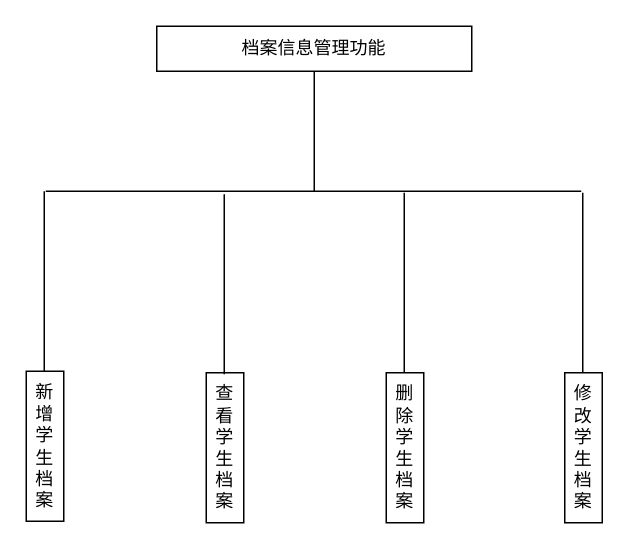
Earlier version of the draw.io diagram 档案信息管理功能.drawio (creazy412/none). Source tidied: cells renumbered, new cells numbered last; positions are measured from the earlier drawing's top-left corner, leaving out a move shared by most shapes. Both pictures are drawn from the tidied source at 150%, with x=0, y=0 at pixel (26, 26).
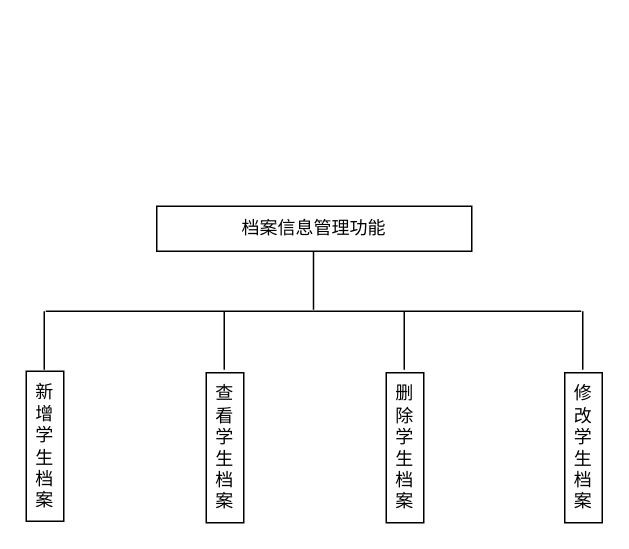
The same diagram, later.

Commit message:
更新档案信息管理功能.drawio

What changed in the source:
```diff
@@
 <mxGraphModel>
   <root>
     <mxCell id="0" />
     <mxCell id="1" parent="0" />
     <mxCell id="2" value="&lt;font face=&quot;宋体&quot;&gt;档案信息管理功能&lt;/font&gt;" style="rounded=0;whiteSpace=wrap;html=1;" parent="1" vertex="1">
-      <mxGeometry x="87" width="210" height="30" as="geometry" />
+      <mxGeometry x="87" y="120" width="210" height="30" as="geometry" />
     </mxCell>
-    <mxCell id="3" style="endArrow=none;html=1;rounded=0;entryX=0.5;entryY=1;entryDx=0;entryDy=0;" parent="1" edge="1" target="2">
-      <mxGeometry relative="1" as="geometry">
-        <mxPoint x="192" y="110" as="sourcePoint" />
-      </mxGeometry>
-    </mxCell>
     <mxCell id="4" value="&lt;font face=&quot;宋体&quot;&gt;查看学生档案&lt;/font&gt;" style="rounded=0;whiteSpace=wrap;html=1;" parent="1" vertex="1">
       <mxGeometry x="120" y="231" width="25" height="100" as="geometry" />
     </mxCell>
     <mxCell id="5" style="endArrow=none;html=1;rounded=0;" parent="1" edge="1">
       <mxGeometry relative="1" as="geometry">
-        <mxPoint x="13" y="110" as="sourcePoint" />
-        <mxPoint x="370" y="110" as="targetPoint" />
+        <mxPoint x="13" y="190" as="sourcePoint" />
+        <mxPoint x="370" y="190" as="targetPoint" />
       </mxGeometry>
     </mxCell>
     <mxCell id="6" value="&lt;font face=&quot;宋体&quot;&gt;新增学生档案&lt;/font&gt;" style="rounded=0;whiteSpace=wrap;html=1;" parent="1" vertex="1">
       <mxGeometry y="230" width="25" height="100" as="geometry" />
     </mxCell>
-    <mxCell id="7" style="endArrow=none;html=1;rounded=0;" parent="1" edge="1">
-      <mxGeometry relative="1" as="geometry">
-        <mxPoint x="12" y="230" as="sourcePoint" />
-        <mxPoint x="12" y="110" as="targetPoint" />
-      </mxGeometry>
-    </mxCell>
     <mxCell id="8" value="&lt;font face=&quot;宋体&quot;&gt;删除学生档案&lt;/font&gt;" style="rounded=0;whiteSpace=wrap;html=1;" parent="1" vertex="1">
       <mxGeometry x="240" y="231" width="25" height="100" as="geometry" />
     </mxCell>
-    <mxCell id="9" style="endArrow=none;html=1;rounded=0;" parent="1" edge="1">
-      <mxGeometry relative="1" as="geometry">
-        <mxPoint x="252" y="231" as="sourcePoint" />
-        <mxPoint x="252" y="111" as="targetPoint" />
-      </mxGeometry>
-    </mxCell>
     <mxCell id="10" value="&lt;font face=&quot;宋体&quot;&gt;修改学生档案&lt;/font&gt;" style="rounded=0;whiteSpace=wrap;html=1;" parent="1" vertex="1">
       <mxGeometry x="359" y="231" width="25" height="100" as="geometry" />
     </mxCell>
-    <mxCell id="11" style="endArrow=none;html=1;rounded=0;" parent="1" edge="1">
-      <mxGeometry relative="1" as="geometry">
-        <mxPoint x="371" y="231" as="sourcePoint" />
-        <mxPoint x="371" y="111" as="targetPoint" />
-      </mxGeometry>
-    </mxCell>
-    <mxCell id="12" style="endArrow=none;html=1;rounded=0;" parent="1" edge="1">
-      <mxGeometry relative="1" as="geometry">
-        <mxPoint x="132" y="232" as="sourcePoint" />
-        <mxPoint x="132" y="112" as="targetPoint" />
-      </mxGeometry>
-    </mxCell>
+    <mxCell id="13" style="endArrow=none;html=1;rounded=0;" parent="1" edge="1">
+      <mxGeometry relative="1" as="geometry">
+        <mxPoint x="191.5" y="189" as="sourcePoint" />
+        <mxPoint x="191.5" y="150" as="targetPoint" />
+      </mxGeometry>
+    </mxCell>
+    <mxCell id="14" style="endArrow=none;html=1;rounded=0;" parent="1" edge="1">
+      <mxGeometry relative="1" as="geometry">
+        <mxPoint x="12" y="229" as="sourcePoint" />
+        <mxPoint x="12" y="190" as="targetPoint" />
+      </mxGeometry>
+    </mxCell>
+    <mxCell id="15" style="endArrow=none;html=1;rounded=0;" parent="1" edge="1">
+      <mxGeometry relative="1" as="geometry">
+        <mxPoint x="132" y="229" as="sourcePoint" />
+        <mxPoint x="132" y="190" as="targetPoint" />
+      </mxGeometry>
+    </mxCell>
+    <mxCell id="16" style="endArrow=none;html=1;rounded=0;" parent="1" edge="1">
+      <mxGeometry relative="1" as="geometry">
+        <mxPoint x="371" y="229" as="sourcePoint" />
+        <mxPoint x="371" y="190" as="targetPoint" />
+      </mxGeometry>
+    </mxCell>
+    <mxCell id="17" style="endArrow=none;html=1;rounded=0;" parent="1" edge="1">
+      <mxGeometry relative="1" as="geometry">
+        <mxPoint x="252" y="229" as="sourcePoint" />
+        <mxPoint x="252" y="190" as="targetPoint" />
+      </mxGeometry>
+    </mxCell>
   </root>
 </mxGraphModel>
```
